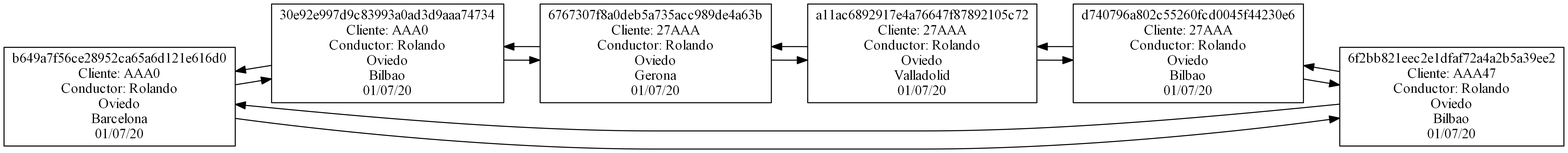
The Graphviz diagram [EDD]Proyecto2/Bloc_Viaje.png in Pegre369/-EDD-Proyecto2_201701187_201706357, before a commit. Its source is kept beside it as [EDD]Proyecto2/Bloc_Viaje.dot.
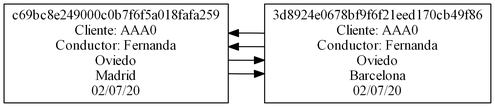
The same file after the commit.

What changed in the source:
```diff
@@ -2,52 +2,20 @@
  rankdir=LR
  node[shape=box];
 graph [ dpi = 300 ];
-Db649a7f56ce28952ca65a6d121e616d0[label="b649a7f56ce28952ca65a6d121e616d0
+Dc69bc8e249000c0b7f6f5a018fafa259[label="c69bc8e249000c0b7f6f5a018fafa259
 Cliente: AAA0
-Conductor: Rolando
+Conductor: Fernanda
+Oviedo
+Madrid
+02/07/20"];
+D3d8924e0678bf9f6f21eed170cb49f86[label="3d8924e0678bf9f6f21eed170cb49f86
+Cliente: AAA0
+Conductor: Fernanda
 Oviedo
 Barcelona
-01/07/20"];
-D30e92e997d9c83993a0ad3d9aaa74734[label="30e92e997d9c83993a0ad3d9aaa74734
-Cliente: AAA0
-Conductor: Rolando
-Oviedo
-Bilbao
-01/07/20"];
-D6767307f8a0deb5a735acc989de4a63b[label="6767307f8a0deb5a735acc989de4a63b
-Cliente: 27AAA
-Conductor: Rolando
-Oviedo
-Gerona
-01/07/20"];
-Da11ac6892917e4a76647f87892105c72[label="a11ac6892917e4a76647f87892105c72
-Cliente: 27AAA
-Conductor: Rolando
-Oviedo
-Valladolid
-01/07/20"];
-Dd740796a802c55260fcd0045f44230e6[label="d740796a802c55260fcd0045f44230e6
-Cliente: 27AAA
-Conductor: Rolando
-Oviedo
-Bilbao
-01/07/20"];
-D6f2bb821eec2e1dfaf72a4a2b5a39ee2[label="6f2bb821eec2e1dfaf72a4a2b5a39ee2
-Cliente: AAA47
-Conductor: Rolando
-Oviedo
-Bilbao
-01/07/20"];
-Db649a7f56ce28952ca65a6d121e616d0->D30e92e997d9c83993a0ad3d9aaa74734
-Db649a7f56ce28952ca65a6d121e616d0->D6f2bb821eec2e1dfaf72a4a2b5a39ee2
-D30e92e997d9c83993a0ad3d9aaa74734->D6767307f8a0deb5a735acc989de4a63b
-D30e92e997d9c83993a0ad3d9aaa74734->Db649a7f56ce28952ca65a6d121e616d0
-D6767307f8a0deb5a735acc989de4a63b->Da11ac6892917e4a76647f87892105c72
-D6767307f8a0deb5a735acc989de4a63b->D30e92e997d9c83993a0ad3d9aaa74734
-Da11ac6892917e4a76647f87892105c72->Dd740796a802c55260fcd0045f44230e6
-Da11ac6892917e4a76647f87892105c72->D6767307f8a0deb5a735acc989de4a63b
-Dd740796a802c55260fcd0045f44230e6->D6f2bb821eec2e1dfaf72a4a2b5a39ee2
-Dd740796a802c55260fcd0045f44230e6->Da11ac6892917e4a76647f87892105c72
-D6f2bb821eec2e1dfaf72a4a2b5a39ee2->Db649a7f56ce28952ca65a6d121e616d0
-D6f2bb821eec2e1dfaf72a4a2b5a39ee2->Dd740796a802c55260fcd0045f44230e6
+02/07/20"];
+Dc69bc8e249000c0b7f6f5a018fafa259->D3d8924e0678bf9f6f21eed170cb49f86
+Dc69bc8e249000c0b7f6f5a018fafa259->D3d8924e0678bf9f6f21eed170cb49f86
+D3d8924e0678bf9f6f21eed170cb49f86->Dc69bc8e249000c0b7f6f5a018fafa259
+D3d8924e0678bf9f6f21eed170cb49f86->Dc69bc8e249000c0b7f6f5a018fafa259
 }
```
